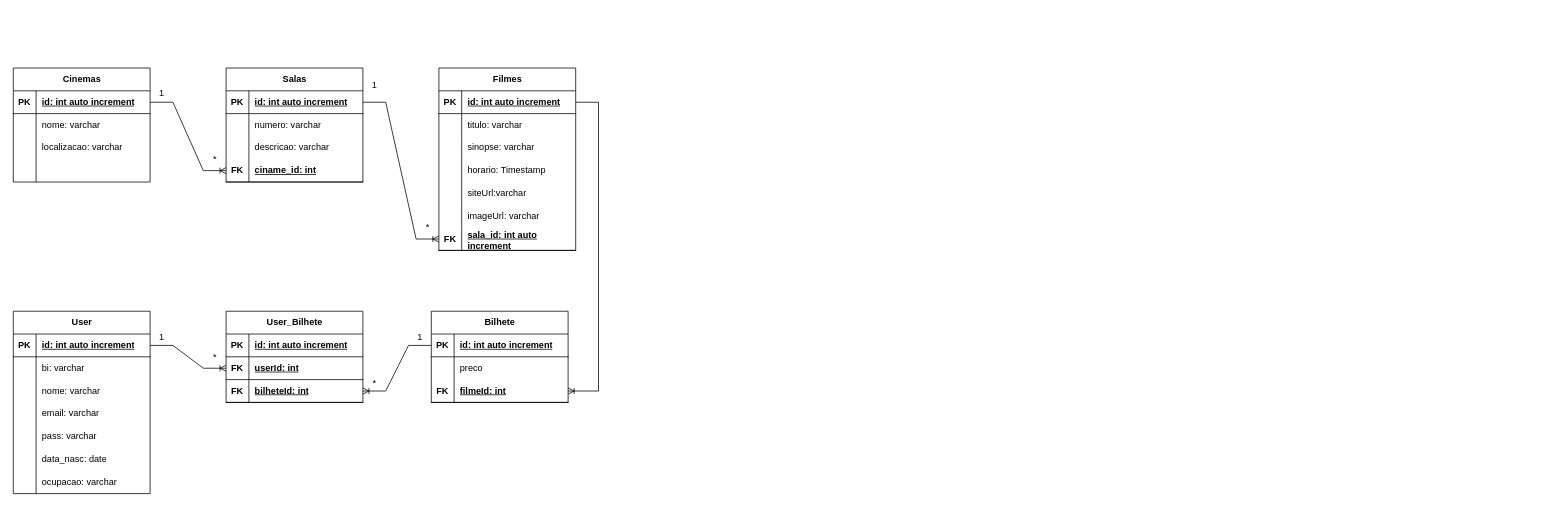
toydala99/DevariaBD keeps this draw.io diagram as Olivia-Gemima-Jorge.drawio. Above is the earlier version. Source tidied: cells renumbered, new cells numbered last; positions are measured from the earlier drawing's top-left corner, leaving out a move shared by most shapes. Both pictures are drawn from the tidied source at 76%, with x=0, y=0 at pixel (13, 68).
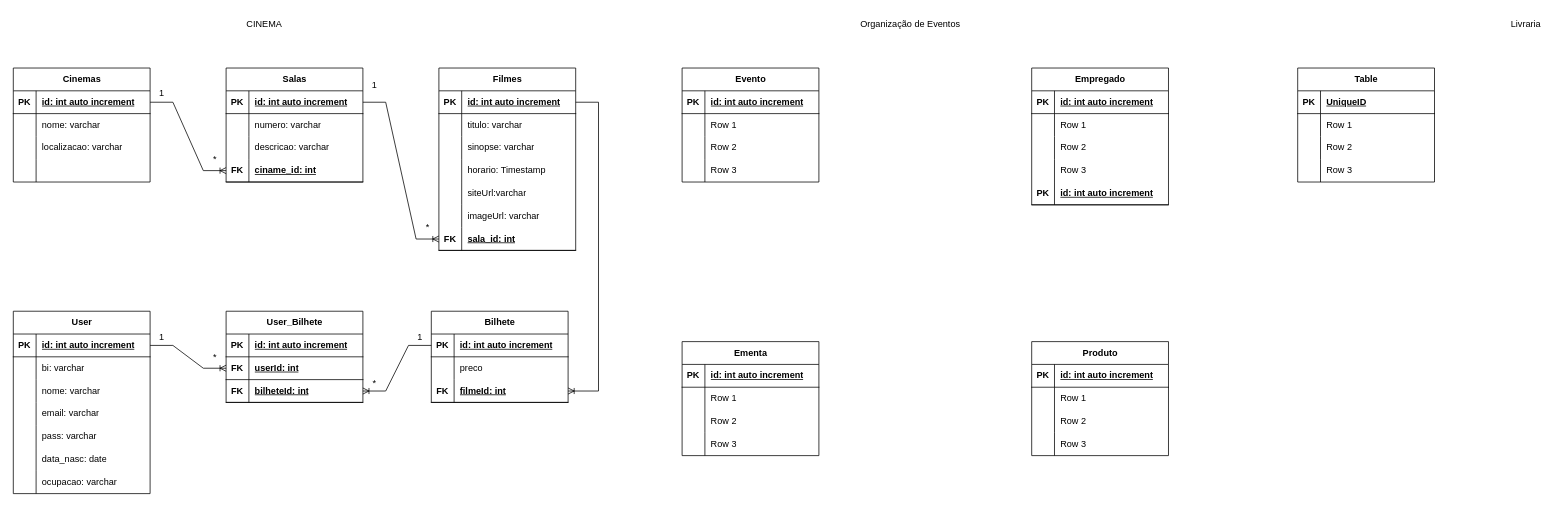
The same diagram, later.

The change refers to these unchanged cells:
```xml
<mxCell id="79" style="shape=tableRow;horizontal=0;startSize=0;swimlaneHead=0;swimlaneBody=0;fillColor=none;points=[[0,0.5],[1,0.5]];portConstraint=eastwest;top=0;left=0;right=0;bottom=1;" parent="60" vertex="1">
  <mxGeometry y="210" width="180" height="30" as="geometry" />
</mxCell>
```

Change to the diagram source:
```diff
@@
-    <mxCell id="81" value="sala_id: int auto increment" style="shape=partialRectangle;fillColor=none;top=0;left=0;bottom=0;right=0;align=left;spacingLeft=6;fontStyle=5;overflow=hidden;whiteSpace=wrap;html=1;" parent="79" vertex="1">
+    <mxCell id="81" value="sala_id: int" style="shape=partialRectangle;fillColor=none;top=0;left=0;bottom=0;right=0;align=left;spacingLeft=6;fontStyle=5;overflow=hidden;whiteSpace=wrap;html=1;" parent="79" vertex="1">
       <mxGeometry x="30" width="150" height="30" as="geometry" />
     </mxCell>
@@
+    <mxCell id="105" value="CINEMA" style="text;html=1;align=center;verticalAlign=middle;strokeColor=none;fillColor=none;" parent="1" vertex="1">
+      <mxGeometry x="295" y="-72" width="70" height="30" as="geometry" />
+    </mxCell>
+    <mxCell id="106" value="Evento" style="shape=table;startSize=30;childLayout=tableLayout;rowLines=0;fontStyle=1;align=center;html=1;" parent="1" vertex="1">
+      <mxGeometry x="880" width="180" height="150" as="geometry" />
+    </mxCell>
+    <mxCell id="107" style="shape=tableRow;horizontal=0;startSize=0;swimlaneHead=0;swimlaneBody=0;fillColor=none;top=0;left=0;right=0;bottom=1;" parent="106" vertex="1">
+      <mxGeometry y="30" width="180" height="30" as="geometry" />
+    </mxCell>
+    <mxCell id="108" value="PK" style="shape=partialRectangle;fillColor=none;top=0;left=0;bottom=0;right=0;fontStyle=1;overflow=hidden;whiteSpace=wrap;html=1;" parent="107" vertex="1">
+      <mxGeometry width="30" height="30" as="geometry" />
+    </mxCell>
+    <mxCell id="109" value="id: int auto increment" style="shape=partialRectangle;fillColor=none;top=0;left=0;bottom=0;right=0;align=left;spacingLeft=6;fontStyle=5;overflow=hidden;whiteSpace=wrap;html=1;" parent="107" vertex="1">
+      <mxGeometry x="30" width="150" height="30" as="geometry" />
+    </mxCell>
+    <mxCell id="110" style="shape=tableRow;horizontal=0;startSize=0;swimlaneHead=0;swimlaneBody=0;fillColor=none;top=0;left=0;right=0;bottom=0;" parent="106" vertex="1">
+      <mxGeometry y="60" width="180" height="30" as="geometry" />
+    </mxCell>
+    <mxCell id="111" style="shape=partialRectangle;fillColor=none;top=0;left=0;bottom=0;right=0;overflow=hidden;whiteSpace=wrap;html=1;" parent="110" vertex="1">
+      <mxGeometry width="30" height="30" as="geometry" />
+    </mxCell>
+    <mxCell id="112" value="Row 1" style="shape=partialRectangle;fillColor=none;top=0;left=0;bottom=0;right=0;align=left;spacingLeft=6;overflow=hidden;whiteSpace=wrap;html=1;" parent="110" vertex="1">
+      <mxGeometry x="30" width="150" height="30" as="geometry" />
+    </mxCell>
+    <mxCell id="113" style="shape=tableRow;horizontal=0;startSize=0;swimlaneHead=0;swimlaneBody=0;fillColor=none;top=0;left=0;right=0;bottom=0;" parent="106" vertex="1">
+      <mxGeometry y="90" width="180" height="30" as="geometry" />
+    </mxCell>
+    <mxCell id="114" style="shape=partialRectangle;fillColor=none;top=0;left=0;bottom=0;right=0;overflow=hidden;whiteSpace=wrap;html=1;" parent="113" vertex="1">
+      <mxGeometry width="30" height="30" as="geometry" />
+    </mxCell>
+    <mxCell id="115" value="Row 2" style="shape=partialRectangle;fillColor=none;top=0;left=0;bottom=0;right=0;align=left;spacingLeft=6;overflow=hidden;whiteSpace=wrap;html=1;" parent="113" vertex="1">
+      <mxGeometry x="30" width="150" height="30" as="geometry" />
+    </mxCell>
+    <mxCell id="116" style="shape=tableRow;horizontal=0;startSize=0;swimlaneHead=0;swimlaneBody=0;fillColor=none;top=0;left=0;right=0;bottom=0;" parent="106" vertex="1">
+      <mxGeometry y="120" width="180" height="30" as="geometry" />
+    </mxCell>
+    <mxCell id="117" style="shape=partialRectangle;fillColor=none;top=0;left=0;bottom=0;right=0;overflow=hidden;whiteSpace=wrap;html=1;" parent="116" vertex="1">
+      <mxGeometry width="30" height="30" as="geometry" />
+    </mxCell>
+    <mxCell id="118" value="Row 3" style="shape=partialRectangle;fillColor=none;top=0;left=0;bottom=0;right=0;align=left;spacingLeft=6;overflow=hidden;whiteSpace=wrap;html=1;" parent="116" vertex="1">
+      <mxGeometry x="30" width="150" height="30" as="geometry" />
+    </mxCell>
+    <mxCell id="119" value="Organização de Eventos" style="text;html=1;align=center;verticalAlign=middle;strokeColor=none;fillColor=none;" parent="1" vertex="1">
+      <mxGeometry x="1100" y="-72" width="160" height="30" as="geometry" />
+    </mxCell>
+    <mxCell id="120" value="Produto" style="shape=table;startSize=30;childLayout=tableLayout;rowLines=0;fontStyle=1;align=center;html=1;" parent="1" vertex="1">
+      <mxGeometry x="1340" y="360" width="180" height="150" as="geometry" />
+    </mxCell>
+    <mxCell id="121" style="shape=tableRow;horizontal=0;startSize=0;swimlaneHead=0;swimlaneBody=0;fillColor=none;top=0;left=0;right=0;bottom=1;" parent="120" vertex="1">
+      <mxGeometry y="30" width="180" height="30" as="geometry" />
+    </mxCell>
+    <mxCell id="122" value="PK" style="shape=partialRectangle;fillColor=none;top=0;left=0;bottom=0;right=0;fontStyle=1;overflow=hidden;whiteSpace=wrap;html=1;" parent="121" vertex="1">
+      <mxGeometry width="30" height="30" as="geometry" />
+    </mxCell>
+    <mxCell id="123" value="id: int auto increment" style="shape=partialRectangle;fillColor=none;top=0;left=0;bottom=0;right=0;align=left;spacingLeft=6;fontStyle=5;overflow=hidden;whiteSpace=wrap;html=1;" parent="121" vertex="1">
+      <mxGeometry x="30" width="150" height="30" as="geometry" />
+    </mxCell>
+    <mxCell id="124" style="shape=tableRow;horizontal=0;startSize=0;swimlaneHead=0;swimlaneBody=0;fillColor=none;top=0;left=0;right=0;bottom=0;" parent="120" vertex="1">
+      <mxGeometry y="60" width="180" height="30" as="geometry" />
+    </mxCell>
+    <mxCell id="125" style="shape=partialRectangle;fillColor=none;top=0;left=0;bottom=0;right=0;overflow=hidden;whiteSpace=wrap;html=1;" parent="124" vertex="1">
+      <mxGeometry width="30" height="30" as="geometry" />
+    </mxCell>
+    <mxCell id="126" value="Row 1" style="shape=partialRectangle;fillColor=none;top=0;left=0;bottom=0;right=0;align=left;spacingLeft=6;overflow=hidden;whiteSpace=wrap;html=1;" parent="124" vertex="1">
+      <mxGeometry x="30" width="150" height="30" as="geometry" />
+    </mxCell>
+    <mxCell id="127" style="shape=tableRow;horizontal=0;startSize=0;swimlaneHead=0;swimlaneBody=0;fillColor=none;top=0;left=0;right=0;bottom=0;" parent="120" vertex="1">
+      <mxGeometry y="90" width="180" height="30" as="geometry" />
+    </mxCell>
+    <mxCell id="128" style="shape=partialRectangle;fillColor=none;top=0;left=0;bottom=0;right=0;overflow=hidden;whiteSpace=wrap;html=1;" parent="127" vertex="1">
+      <mxGeometry width="30" height="30" as="geometry" />
+    </mxCell>
+    <mxCell id="129" value="Row 2" style="shape=partialRectangle;fillColor=none;top=0;left=0;bottom=0;right=0;align=left;spacingLeft=6;overflow=hidden;whiteSpace=wrap;html=1;" parent="127" vertex="1">
+      <mxGeometry x="30" width="150" height="30" as="geometry" />
+    </mxCell>
+    <mxCell id="130" style="shape=tableRow;horizontal=0;startSize=0;swimlaneHead=0;swimlaneBody=0;fillColor=none;top=0;left=0;right=0;bottom=0;" parent="120" vertex="1">
+      <mxGeometry y="120" width="180" height="30" as="geometry" />
+    </mxCell>
+    <mxCell id="131" style="shape=partialRectangle;fillColor=none;top=0;left=0;bottom=0;right=0;overflow=hidden;whiteSpace=wrap;html=1;" parent="130" vertex="1">
+      <mxGeometry width="30" height="30" as="geometry" />
+    </mxCell>
+    <mxCell id="132" value="Row 3" style="shape=partialRectangle;fillColor=none;top=0;left=0;bottom=0;right=0;align=left;spacingLeft=6;overflow=hidden;whiteSpace=wrap;html=1;" parent="130" vertex="1">
+      <mxGeometry x="30" width="150" height="30" as="geometry" />
+    </mxCell>
+    <mxCell id="133" value="Empregado" style="shape=table;startSize=30;childLayout=tableLayout;rowLines=0;fontStyle=1;align=center;html=1;" parent="1" vertex="1">
+      <mxGeometry x="1340" width="180" height="180" as="geometry" />
+    </mxCell>
+    <mxCell id="134" style="shape=tableRow;horizontal=0;startSize=0;swimlaneHead=0;swimlaneBody=0;fillColor=none;top=0;left=0;right=0;bottom=1;" parent="133" vertex="1">
+      <mxGeometry y="30" width="180" height="30" as="geometry" />
+    </mxCell>
+    <mxCell id="135" value="PK" style="shape=partialRectangle;fillColor=none;top=0;left=0;bottom=0;right=0;fontStyle=1;overflow=hidden;whiteSpace=wrap;html=1;" parent="134" vertex="1">
+      <mxGeometry width="30" height="30" as="geometry" />
+    </mxCell>
+    <mxCell id="136" value="id: int auto increment" style="shape=partialRectangle;fillColor=none;top=0;left=0;bottom=0;right=0;align=left;spacingLeft=6;fontStyle=5;overflow=hidden;whiteSpace=wrap;html=1;" parent="134" vertex="1">
+      <mxGeometry x="30" width="150" height="30" as="geometry" />
+    </mxCell>
+    <mxCell id="137" style="shape=tableRow;horizontal=0;startSize=0;swimlaneHead=0;swimlaneBody=0;fillColor=none;top=0;left=0;right=0;bottom=0;" parent="133" vertex="1">
+      <mxGeometry y="60" width="180" height="30" as="geometry" />
+    </mxCell>
+    <mxCell id="138" style="shape=partialRectangle;fillColor=none;top=0;left=0;bottom=0;right=0;overflow=hidden;whiteSpace=wrap;html=1;" parent="137" vertex="1">
+      <mxGeometry width="30" height="30" as="geometry" />
+    </mxCell>
+    <mxCell id="139" value="Row 1" style="shape=partialRectangle;fillColor=none;top=0;left=0;bottom=0;right=0;align=left;spacingLeft=6;overflow=hidden;whiteSpace=wrap;html=1;" parent="137" vertex="1">
+      <mxGeometry x="30" width="150" height="30" as="geometry" />
+    </mxCell>
+    <mxCell id="140" style="shape=tableRow;horizontal=0;startSize=0;swimlaneHead=0;swimlaneBody=0;fillColor=none;top=0;left=0;right=0;bottom=0;" parent="133" vertex="1">
+      <mxGeometry y="90" width="180" height="30" as="geometry" />
+    </mxCell>
+    <mxCell id="141" style="shape=partialRectangle;fillColor=none;top=0;left=0;bottom=0;right=0;overflow=hidden;whiteSpace=wrap;html=1;" parent="140" vertex="1">
+      <mxGeometry width="30" height="30" as="geometry" />
+    </mxCell>
+    <mxCell id="142" value="Row 2" style="shape=partialRectangle;fillColor=none;top=0;left=0;bottom=0;right=0;align=left;spacingLeft=6;overflow=hidden;whiteSpace=wrap;html=1;" parent="140" vertex="1">
+      <mxGeometry x="30" width="150" height="30" as="geometry" />
+    </mxCell>
+    <mxCell id="143" style="shape=tableRow;horizontal=0;startSize=0;swimlaneHead=0;swimlaneBody=0;fillColor=none;top=0;left=0;right=0;bottom=0;" parent="133" vertex="1">
+      <mxGeometry y="120" width="180" height="30" as="geometry" />
+    </mxCell>
+    <mxCell id="144" style="shape=partialRectangle;fillColor=none;top=0;left=0;bottom=0;right=0;overflow=hidden;whiteSpace=wrap;html=1;" parent="143" vertex="1">
+      <mxGeometry width="30" height="30" as="geometry" />
+    </mxCell>
+    <mxCell id="145" value="Row 3" style="shape=partialRectangle;fillColor=none;top=0;left=0;bottom=0;right=0;align=left;spacingLeft=6;overflow=hidden;whiteSpace=wrap;html=1;" parent="143" vertex="1">
+      <mxGeometry x="30" width="150" height="30" as="geometry" />
+    </mxCell>
+    <mxCell id="146" style="shape=tableRow;horizontal=0;startSize=0;swimlaneHead=0;swimlaneBody=0;fillColor=none;top=0;left=0;right=0;bottom=1;" parent="133" vertex="1">
+      <mxGeometry y="150" width="180" height="30" as="geometry" />
+    </mxCell>
+    <mxCell id="147" value="PK" style="shape=partialRectangle;fillColor=none;top=0;left=0;bottom=0;right=0;fontStyle=1;overflow=hidden;whiteSpace=wrap;html=1;" parent="146" vertex="1">
+      <mxGeometry width="30" height="30" as="geometry" />
+    </mxCell>
+    <mxCell id="148" value="id: int auto increment" style="shape=partialRectangle;fillColor=none;top=0;left=0;bottom=0;right=0;align=left;spacingLeft=6;fontStyle=5;overflow=hidden;whiteSpace=wrap;html=1;" parent="146" vertex="1">
+      <mxGeometry x="30" width="150" height="30" as="geometry" />
+    </mxCell>
+    <mxCell id="149" value="Ementa" style="shape=table;startSize=30;childLayout=tableLayout;rowLines=0;fontStyle=1;align=center;html=1;" parent="1" vertex="1">
+      <mxGeometry x="880" y="360" width="180" height="150" as="geometry" />
+    </mxCell>
+    <mxCell id="150" style="shape=tableRow;horizontal=0;startSize=0;swimlaneHead=0;swimlaneBody=0;fillColor=none;top=0;left=0;right=0;bottom=1;" parent="149" vertex="1">
+      <mxGeometry y="30" width="180" height="30" as="geometry" />
+    </mxCell>
+    <mxCell id="151" value="PK" style="shape=partialRectangle;fillColor=none;top=0;left=0;bottom=0;right=0;fontStyle=1;overflow=hidden;whiteSpace=wrap;html=1;" parent="150" vertex="1">
+      <mxGeometry width="30" height="30" as="geometry" />
+    </mxCell>
+    <mxCell id="152" value="id: int auto increment" style="shape=partialRectangle;fillColor=none;top=0;left=0;bottom=0;right=0;align=left;spacingLeft=6;fontStyle=5;overflow=hidden;whiteSpace=wrap;html=1;" parent="150" vertex="1">
+      <mxGeometry x="30" width="150" height="30" as="geometry" />
+    </mxCell>
+    <mxCell id="153" style="shape=tableRow;horizontal=0;startSize=0;swimlaneHead=0;swimlaneBody=0;fillColor=none;top=0;left=0;right=0;bottom=0;" parent="149" vertex="1">
+      <mxGeometry y="60" width="180" height="30" as="geometry" />
+    </mxCell>
+    <mxCell id="154" style="shape=partialRectangle;fillColor=none;top=0;left=0;bottom=0;right=0;overflow=hidden;whiteSpace=wrap;html=1;" parent="153" vertex="1">
+      <mxGeometry width="30" height="30" as="geometry" />
+    </mxCell>
+    <mxCell id="155" value="Row 1" style="shape=partialRectangle;fillColor=none;top=0;left=0;bottom=0;right=0;align=left;spacingLeft=6;overflow=hidden;whiteSpace=wrap;html=1;" parent="153" vertex="1">
+      <mxGeometry x="30" width="150" height="30" as="geometry" />
+    </mxCell>
+    <mxCell id="156" style="shape=tableRow;horizontal=0;startSize=0;swimlaneHead=0;swimlaneBody=0;fillColor=none;top=0;left=0;right=0;bottom=0;" parent="149" vertex="1">
+      <mxGeometry y="90" width="180" height="30" as="geometry" />
+    </mxCell>
+    <mxCell id="157" style="shape=partialRectangle;fillColor=none;top=0;left=0;bottom=0;right=0;overflow=hidden;whiteSpace=wrap;html=1;" parent="156" vertex="1">
+      <mxGeometry width="30" height="30" as="geometry" />
+    </mxCell>
+    <mxCell id="158" value="Row 2" style="shape=partialRectangle;fillColor=none;top=0;left=0;bottom=0;right=0;align=left;spacingLeft=6;overflow=hidden;whiteSpace=wrap;html=1;" parent="156" vertex="1">
+      <mxGeometry x="30" width="150" height="30" as="geometry" />
+    </mxCell>
+    <mxCell id="159" style="shape=tableRow;horizontal=0;startSize=0;swimlaneHead=0;swimlaneBody=0;fillColor=none;top=0;left=0;right=0;bottom=0;" parent="149" vertex="1">
+      <mxGeometry y="120" width="180" height="30" as="geometry" />
+    </mxCell>
+    <mxCell id="160" style="shape=partialRectangle;fillColor=none;top=0;left=0;bottom=0;right=0;overflow=hidden;whiteSpace=wrap;html=1;" parent="159" vertex="1">
+      <mxGeometry width="30" height="30" as="geometry" />
+    </mxCell>
+    <mxCell id="161" value="Row 3" style="shape=partialRectangle;fillColor=none;top=0;left=0;bottom=0;right=0;align=left;spacingLeft=6;overflow=hidden;whiteSpace=wrap;html=1;" parent="159" vertex="1">
+      <mxGeometry x="30" width="150" height="30" as="geometry" />
+    </mxCell>
+    <mxCell id="162" value="Table" style="shape=table;startSize=30;childLayout=tableLayout;rowLines=0;fontStyle=1;align=center;html=1;" parent="1" vertex="1">
+      <mxGeometry x="1690" width="180" height="150" as="geometry" />
+    </mxCell>
+    <mxCell id="163" style="shape=tableRow;horizontal=0;startSize=0;swimlaneHead=0;swimlaneBody=0;fillColor=none;top=0;left=0;right=0;bottom=1;" parent="162" vertex="1">
+      <mxGeometry y="30" width="180" height="30" as="geometry" />
+    </mxCell>
+    <mxCell id="164" value="PK" style="shape=partialRectangle;fillColor=none;top=0;left=0;bottom=0;right=0;fontStyle=1;overflow=hidden;whiteSpace=wrap;html=1;" parent="163" vertex="1">
+      <mxGeometry width="30" height="30" as="geometry" />
+    </mxCell>
+    <mxCell id="165" value="UniqueID" style="shape=partialRectangle;fillColor=none;top=0;left=0;bottom=0;right=0;align=left;spacingLeft=6;fontStyle=5;overflow=hidden;whiteSpace=wrap;html=1;" parent="163" vertex="1">
+      <mxGeometry x="30" width="150" height="30" as="geometry" />
+    </mxCell>
+    <mxCell id="166" style="shape=tableRow;horizontal=0;startSize=0;swimlaneHead=0;swimlaneBody=0;fillColor=none;top=0;left=0;right=0;bottom=0;" parent="162" vertex="1">
+      <mxGeometry y="60" width="180" height="30" as="geometry" />
+    </mxCell>
+    <mxCell id="167" style="shape=partialRectangle;fillColor=none;top=0;left=0;bottom=0;right=0;overflow=hidden;whiteSpace=wrap;html=1;" parent="166" vertex="1">
+      <mxGeometry width="30" height="30" as="geometry" />
+    </mxCell>
+    <mxCell id="168" value="Row 1" style="shape=partialRectangle;fillColor=none;top=0;left=0;bottom=0;right=0;align=left;spacingLeft=6;overflow=hidden;whiteSpace=wrap;html=1;" parent="166" vertex="1">
+      <mxGeometry x="30" width="150" height="30" as="geometry" />
+    </mxCell>
+    <mxCell id="169" style="shape=tableRow;horizontal=0;startSize=0;swimlaneHead=0;swimlaneBody=0;fillColor=none;top=0;left=0;right=0;bottom=0;" parent="162" vertex="1">
+      <mxGeometry y="90" width="180" height="30" as="geometry" />
+    </mxCell>
+    <mxCell id="170" style="shape=partialRectangle;fillColor=none;top=0;left=0;bottom=0;right=0;overflow=hidden;whiteSpace=wrap;html=1;" parent="169" vertex="1">
+      <mxGeometry width="30" height="30" as="geometry" />
+    </mxCell>
+    <mxCell id="171" value="Row 2" style="shape=partialRectangle;fillColor=none;top=0;left=0;bottom=0;right=0;align=left;spacingLeft=6;overflow=hidden;whiteSpace=wrap;html=1;" parent="169" vertex="1">
+      <mxGeometry x="30" width="150" height="30" as="geometry" />
+    </mxCell>
+    <mxCell id="172" style="shape=tableRow;horizontal=0;startSize=0;swimlaneHead=0;swimlaneBody=0;fillColor=none;top=0;left=0;right=0;bottom=0;" parent="162" vertex="1">
+      <mxGeometry y="120" width="180" height="30" as="geometry" />
+    </mxCell>
+    <mxCell id="173" style="shape=partialRectangle;fillColor=none;top=0;left=0;bottom=0;right=0;overflow=hidden;whiteSpace=wrap;html=1;" parent="172" vertex="1">
+      <mxGeometry width="30" height="30" as="geometry" />
+    </mxCell>
+    <mxCell id="174" value="Row 3" style="shape=partialRectangle;fillColor=none;top=0;left=0;bottom=0;right=0;align=left;spacingLeft=6;overflow=hidden;whiteSpace=wrap;html=1;" parent="172" vertex="1">
+      <mxGeometry x="30" width="150" height="30" as="geometry" />
+    </mxCell>
+    <mxCell id="175" value="Livraria" style="text;html=1;align=center;verticalAlign=middle;strokeColor=none;fillColor=none;" parent="1" vertex="1">
+      <mxGeometry x="1960" y="-72" width="60" height="30" as="geometry" />
+    </mxCell>
```
